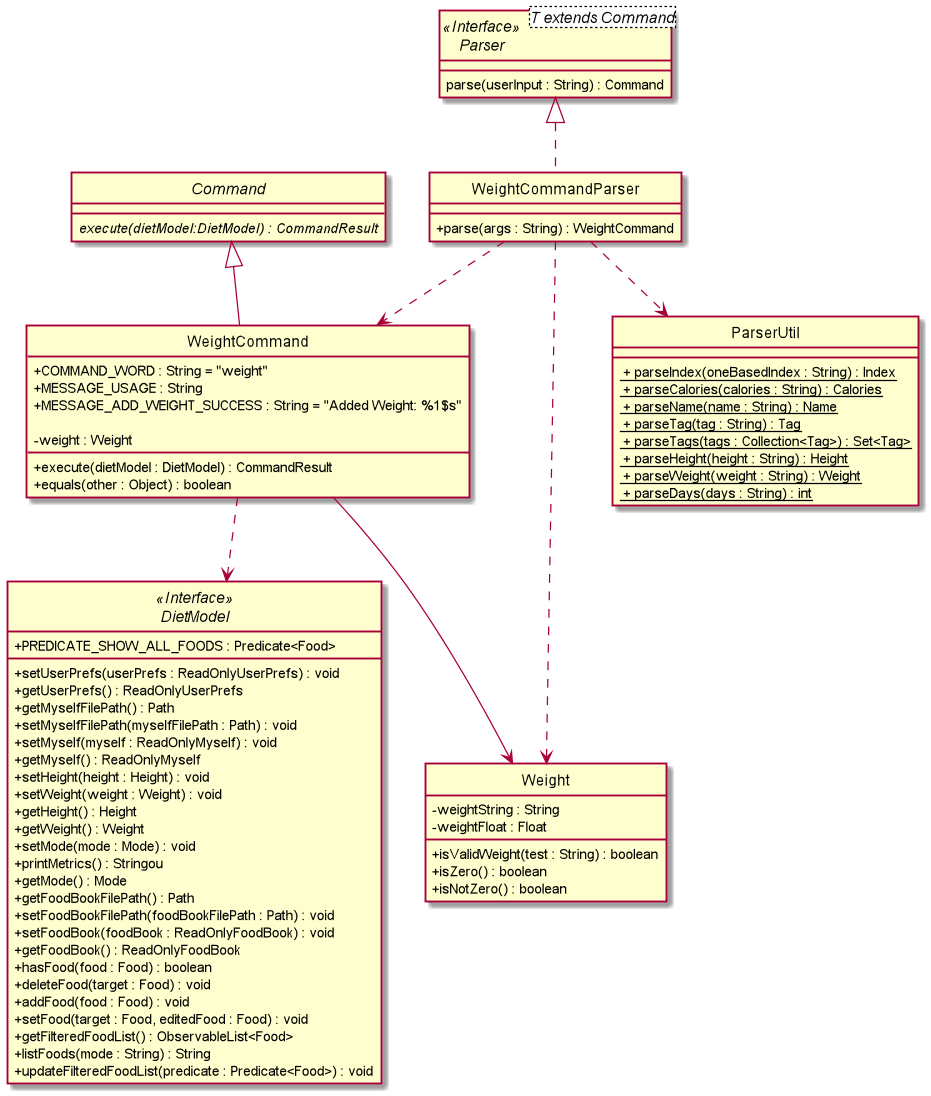
Earlier version of the PlantUML export images/DietTrackerWeightCommandClassDiagram.png (AY1920S2-CS2103T-W13-1/main).
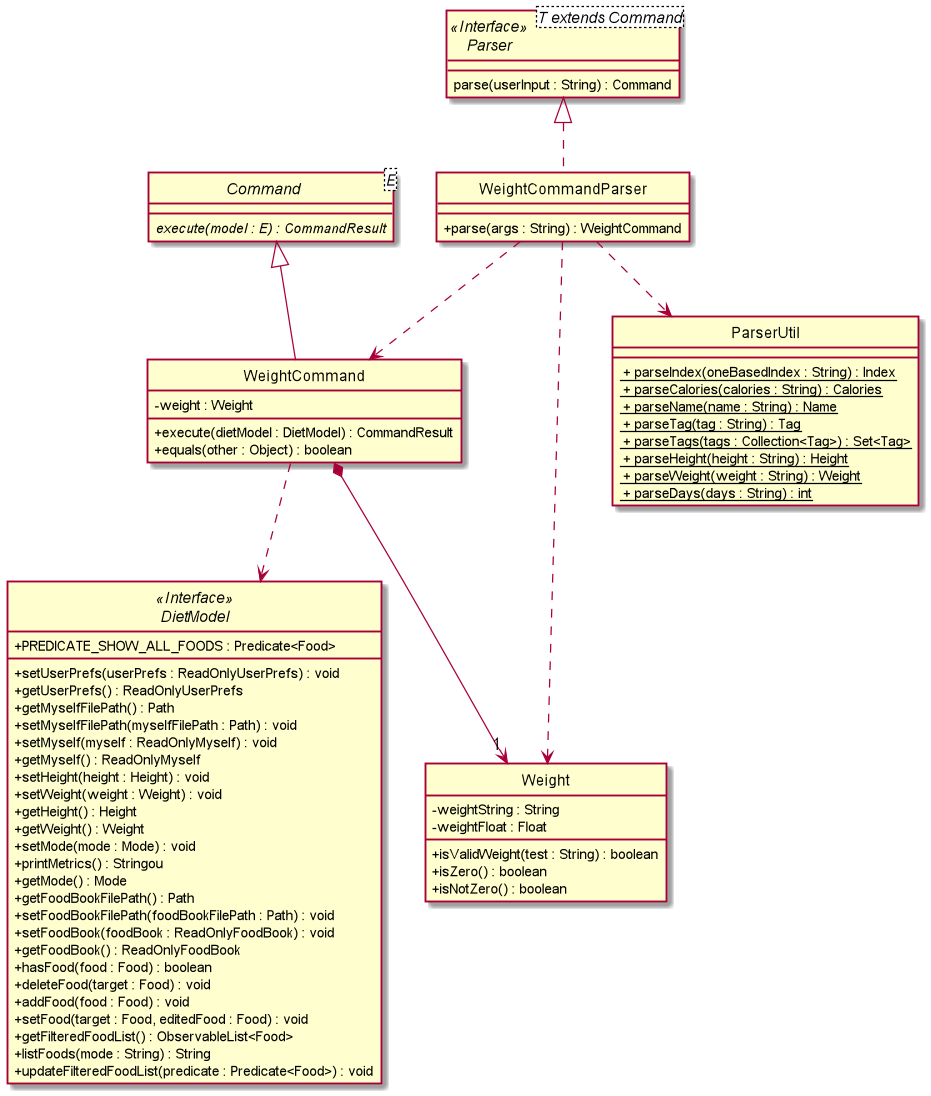
The same file after the commit.

The edit, as a diff of the source:
```diff
@@ -12,15 +12,11 @@
     parse(userInput : String) : Command
 }
 
-abstract class Command {
-    {abstract} execute(dietModel:DietModel) : CommandResult
+abstract class Command<E> {
+    {abstract} execute(model : E) : CommandResult
 }
 
 class WeightCommand extends Command {
-    + COMMAND_WORD : String = "weight"
-    + MESSAGE_USAGE : String
-    + MESSAGE_ADD_WEIGHT_SUCCESS : String = "Added Weight: %1$s"
-
     - weight : Weight
 
     + execute(dietModel : DietModel) : CommandResult
@@ -81,7 +77,7 @@
 WeightCommandParser ..> WeightCommand
 WeightCommandParser ..> Weight
 WeightCommandParser ..> ParserUtil
-WeightCommand --> Weight
+WeightCommand *--> "1" Weight
 
 
 @enduml
```
